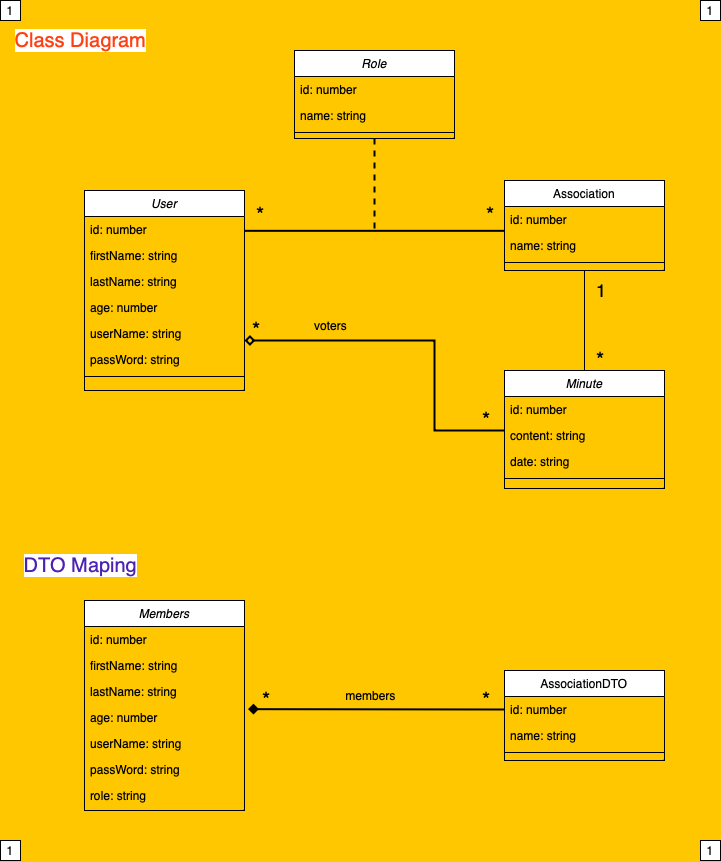
Before: Classe Diagram.drawio.png, a diagram exported from draw.io (ZieAmara/fr-administration-api). Source tidied: cells renumbered, new cells last; positions are measured from the earlier drawing's top-left corner, leaving out a move shared by most shapes.
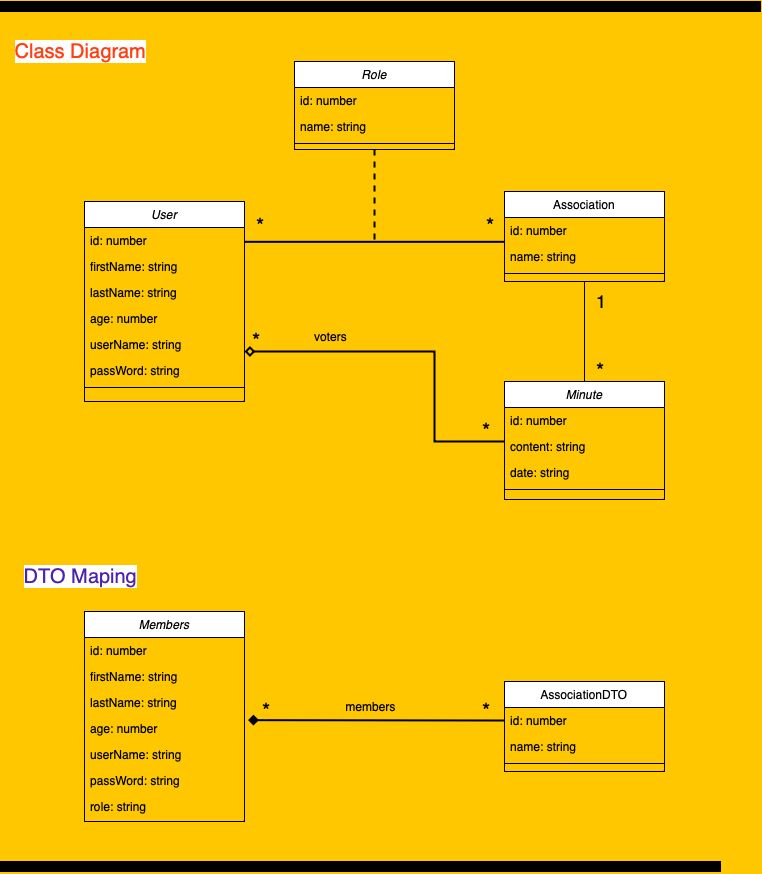
The same file after the commit.

Change to the diagram source:
```diff
@@ -180,17 +180,11 @@
     <mxCell id="51" value="members" style="text;html=1;align=center;verticalAlign=middle;strokeColor=none;fillColor=none;" parent="1" vertex="1">
       <mxGeometry x="335" y="680" width="70" height="30" as="geometry" />
     </mxCell>
-    <mxCell id="52" value="1" style="whiteSpace=wrap;html=1;" parent="1" vertex="1">
-      <mxGeometry x="700" width="20" height="20" as="geometry" />
-    </mxCell>
-    <mxCell id="53" value="1" style="whiteSpace=wrap;html=1;" parent="1" vertex="1">
-      <mxGeometry x="700" y="840" width="20" height="20" as="geometry" />
-    </mxCell>
-    <mxCell id="54" value="1" style="whiteSpace=wrap;html=1;" parent="1" vertex="1">
-      <mxGeometry y="840" width="20" height="20" as="geometry" />
+    <mxCell id="54" value="1" style="whiteSpace=wrap;html=1;fillColor=#000000;" parent="1" vertex="1">
+      <mxGeometry y="850" width="720" height="10" as="geometry" />
     </mxCell>
-    <mxCell id="55" value="1" style="whiteSpace=wrap;html=1;" parent="1" vertex="1">
-      <mxGeometry width="20" height="20" as="geometry" />
+    <mxCell id="55" value="1" style="whiteSpace=wrap;html=1;fillColor=#000000;" parent="1" vertex="1">
+      <mxGeometry y="-10" width="760" height="10" as="geometry" />
     </mxCell>
   </root>
 </mxGraphModel>
```
